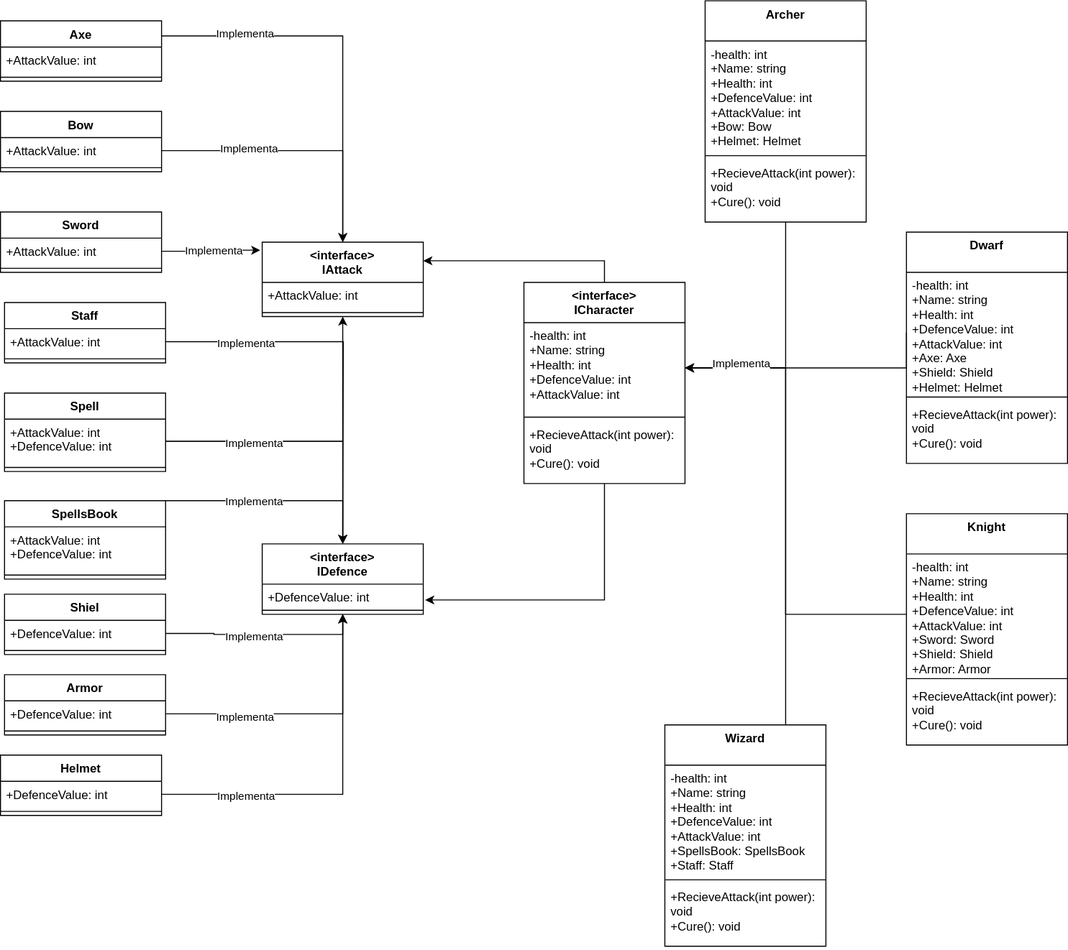
Durluc1324/Roleplay-parte2 keeps this draw.io diagram as src/Library/Diagrama UML/Diagrama UML.svg. Above is the earlier version. Source tidied: cells renumbered, new cells last; positions are measured from the earlier drawing's top-left corner, leaving out a move shared by most shapes.
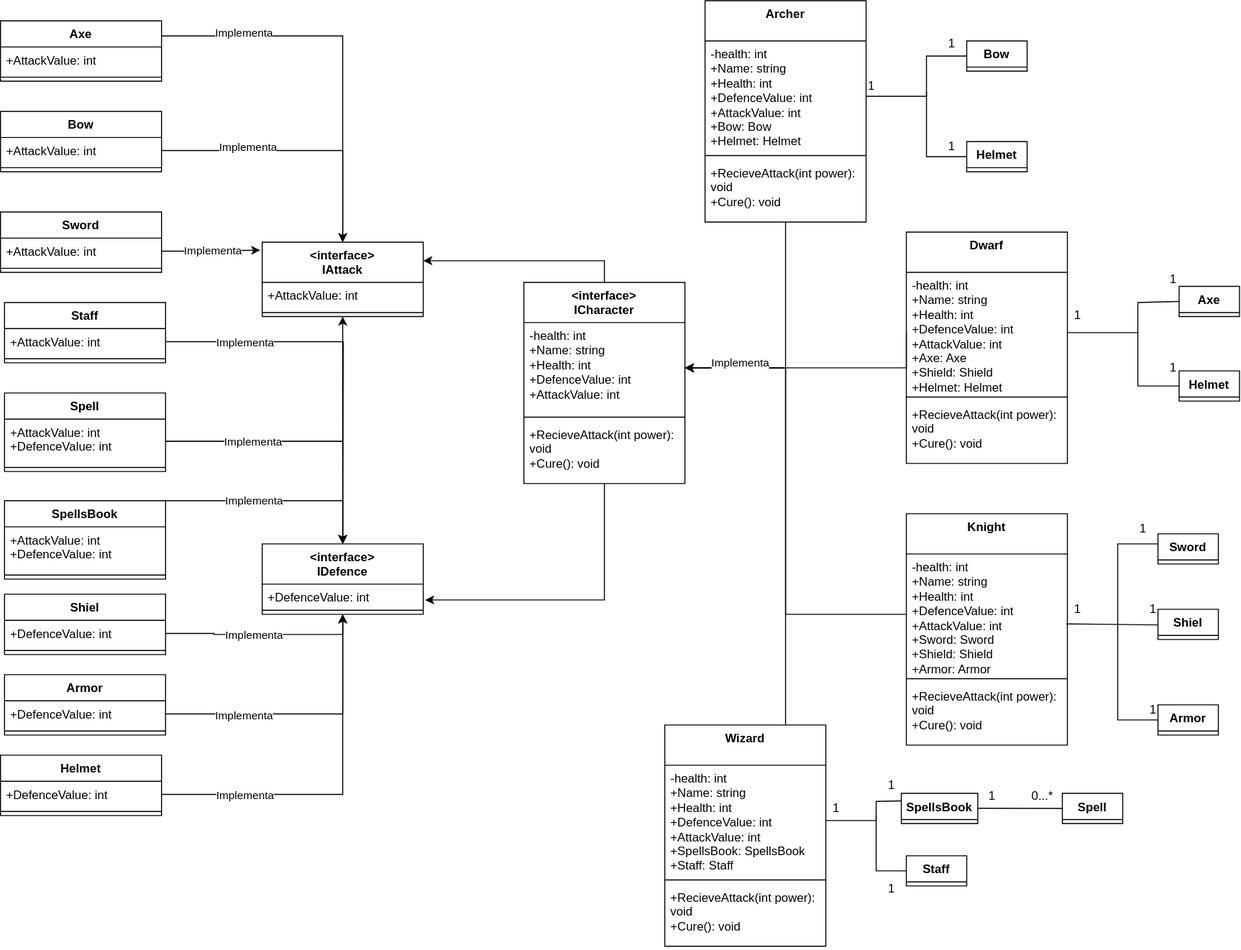
Later version of the same file.

The edit, as a diff of the source:
```diff
@@ -1,4 +1,4 @@
-<mxGraphModel>
+<mxGraphModel background="#ffffff">
   <root>
     <mxCell id="0" />
     <mxCell id="1" parent="0" />
@@ -254,5 +254,156 @@
     <mxCell id="80" value="Implementa" style="edgeLabel;html=1;align=center;verticalAlign=middle;" parent="79" vertex="1">
       <mxGeometry x="0.76" y="-5" relative="1" as="geometry" />
     </mxCell>
+    <mxCell id="81" value="Axe" style="swimlane;fontStyle=1;align=center;verticalAlign=top;horizontal=1;startSize=26;whiteSpace=wrap;html=1;" parent="1" vertex="1" collapsed="1">
+      <mxGeometry x="1171" y="284" width="60" height="30" as="geometry" />
+    </mxCell>
+    <mxCell id="82" value="Bow" style="swimlane;fontStyle=1;align=center;verticalAlign=top;horizontal=1;startSize=26;whiteSpace=wrap;html=1;" parent="1" vertex="1" collapsed="1">
+      <mxGeometry x="960" y="40" width="60" height="30" as="geometry" />
+    </mxCell>
+    <mxCell id="83" value="Sword" style="swimlane;fontStyle=1;align=center;verticalAlign=top;horizontal=1;startSize=26;whiteSpace=wrap;html=1;" parent="1" vertex="1" collapsed="1">
+      <mxGeometry x="1150" y="530" width="60" height="30" as="geometry" />
+    </mxCell>
+    <mxCell id="84" value="Staff" style="swimlane;fontStyle=1;align=center;verticalAlign=top;horizontal=1;startSize=26;whiteSpace=wrap;html=1;" parent="1" vertex="1" collapsed="1">
+      <mxGeometry x="900" y="850" width="60" height="30" as="geometry" />
+    </mxCell>
+    <mxCell id="85" value="SpellsBook" style="swimlane;fontStyle=1;align=center;verticalAlign=top;horizontal=1;startSize=26;whiteSpace=wrap;html=1;" parent="1" vertex="1" collapsed="1">
+      <mxGeometry x="895" y="788" width="76" height="30" as="geometry" />
+    </mxCell>
+    <mxCell id="86" value="Helmet" style="swimlane;fontStyle=1;align=center;verticalAlign=top;horizontal=1;startSize=26;whiteSpace=wrap;html=1;" parent="1" vertex="1" collapsed="1">
+      <mxGeometry x="1171" y="368" width="60" height="30" as="geometry" />
+    </mxCell>
+    <mxCell id="87" value="Helmet" style="swimlane;fontStyle=1;align=center;verticalAlign=top;horizontal=1;startSize=26;whiteSpace=wrap;html=1;" parent="1" vertex="1" collapsed="1">
+      <mxGeometry x="960" y="140" width="60" height="30" as="geometry" />
+    </mxCell>
+    <mxCell id="88" value="Shiel" style="swimlane;fontStyle=1;align=center;verticalAlign=top;horizontal=1;startSize=26;whiteSpace=wrap;html=1;" parent="1" vertex="1" collapsed="1">
+      <mxGeometry x="1150" y="605" width="60" height="30" as="geometry" />
+    </mxCell>
+    <mxCell id="89" value="Armor" style="swimlane;fontStyle=1;align=center;verticalAlign=top;horizontal=1;startSize=26;whiteSpace=wrap;html=1;" parent="1" vertex="1" collapsed="1">
+      <mxGeometry x="1150" y="700" width="60" height="30" as="geometry" />
+    </mxCell>
+    <mxCell id="90" value="Spell" style="swimlane;fontStyle=1;align=center;verticalAlign=top;horizontal=1;startSize=26;whiteSpace=wrap;html=1;" parent="1" vertex="1" collapsed="1">
+      <mxGeometry x="1055" y="788" width="60" height="30" as="geometry" />
+    </mxCell>
+    <mxCell id="91" style="endArrow=none;html=1;rounded=0;entryX=0;entryY=0.5;entryDx=0;entryDy=0;exitX=1;exitY=0.5;exitDx=0;exitDy=0;" parent="1" edge="1" source="61" target="82">
+      <mxGeometry relative="1" as="geometry">
+        <Array as="points">
+          <mxPoint x="920" y="95" />
+          <mxPoint x="920" y="55" />
+        </Array>
+      </mxGeometry>
+    </mxCell>
+    <mxCell id="92" style="endArrow=none;html=1;rounded=0;entryX=0;entryY=0.5;entryDx=0;entryDy=0;" parent="1" edge="1" target="87">
+      <mxGeometry relative="1" as="geometry">
+        <mxPoint x="920" y="90" as="sourcePoint" />
+        <Array as="points">
+          <mxPoint x="920" y="155" />
+        </Array>
+      </mxGeometry>
+    </mxCell>
+    <mxCell id="93" value="1" style="text;html=1;align=center;verticalAlign=middle;strokeColor=none;fillColor=none;" parent="1" vertex="1">
+      <mxGeometry x="850" y="70" width="30" height="30" as="geometry" />
+    </mxCell>
+    <mxCell id="94" value="1" style="text;html=1;align=center;verticalAlign=middle;strokeColor=none;fillColor=none;" parent="1" vertex="1">
+      <mxGeometry x="930" y="28" width="30" height="30" as="geometry" />
+    </mxCell>
+    <mxCell id="95" value="1" style="text;html=1;align=center;verticalAlign=middle;strokeColor=none;fillColor=none;" parent="1" vertex="1">
+      <mxGeometry x="930" y="130" width="30" height="30" as="geometry" />
+    </mxCell>
+    <mxCell id="96" style="endArrow=none;html=1;rounded=0;exitX=1;exitY=0.5;exitDx=0;exitDy=0;entryX=0;entryY=0.5;entryDx=0;entryDy=0;" parent="1" edge="1" source="65" target="81">
+      <mxGeometry relative="1" as="geometry">
+        <Array as="points">
+          <mxPoint x="1130" y="330" />
+          <mxPoint x="1130" y="300" />
+        </Array>
+      </mxGeometry>
+    </mxCell>
+    <mxCell id="97" style="endArrow=none;html=1;rounded=0;entryX=0;entryY=0.5;entryDx=0;entryDy=0;" parent="1" edge="1" target="86">
+      <mxGeometry relative="1" as="geometry">
+        <mxPoint x="1130" y="330" as="sourcePoint" />
+        <Array as="points">
+          <mxPoint x="1130" y="383" />
+        </Array>
+      </mxGeometry>
+    </mxCell>
+    <mxCell id="98" style="endArrow=none;html=1;rounded=0;entryX=0;entryY=0.5;entryDx=0;entryDy=0;exitX=0.995;exitY=0.149;exitDx=0;exitDy=0;exitPerimeter=0;" parent="1" edge="1">
+      <mxGeometry relative="1" as="geometry">
+        <mxPoint x="1059" y="619.5" as="sourcePoint" />
+        <mxPoint x="1150" y="620.5" as="targetPoint" />
+      </mxGeometry>
+    </mxCell>
+    <mxCell id="99" style="endArrow=none;html=1;rounded=0;exitX=1;exitY=0.5;exitDx=0;exitDy=0;entryX=0;entryY=0.25;entryDx=0;entryDy=0;" parent="1" edge="1" source="74" target="85">
+      <mxGeometry relative="1" as="geometry">
+        <Array as="points">
+          <mxPoint x="870" y="815" />
+          <mxPoint x="870" y="796" />
+        </Array>
+      </mxGeometry>
+    </mxCell>
+    <mxCell id="100" style="endArrow=none;html=1;rounded=0;exitX=0.995;exitY=0.149;exitDx=0;exitDy=0;exitPerimeter=0;entryX=0;entryY=0.5;entryDx=0;entryDy=0;" parent="1" edge="1" target="90">
+      <mxGeometry relative="1" as="geometry">
+        <mxPoint x="971" y="802.8" as="sourcePoint" />
+      </mxGeometry>
+    </mxCell>
+    <mxCell id="101" value="1" style="text;html=1;align=center;verticalAlign=middle;strokeColor=none;fillColor=none;" parent="1" vertex="1">
+      <mxGeometry x="970" y="776" width="30" height="30" as="geometry" />
+    </mxCell>
+    <mxCell id="102" value="0...*" style="text;html=1;align=center;verticalAlign=middle;strokeColor=none;fillColor=none;" parent="1" vertex="1">
+      <mxGeometry x="1015" y="776" width="40" height="30" as="geometry" />
+    </mxCell>
+    <mxCell id="103" value="1" style="text;html=1;align=center;verticalAlign=middle;strokeColor=none;fillColor=none;" parent="1" vertex="1">
+      <mxGeometry x="1055" y="590" width="30" height="30" as="geometry" />
+    </mxCell>
+    <mxCell id="104" value="1" style="text;html=1;align=center;verticalAlign=middle;strokeColor=none;fillColor=none;" parent="1" vertex="1">
+      <mxGeometry x="1120" y="510" width="30" height="30" as="geometry" />
+    </mxCell>
+    <mxCell id="105" style="endArrow=none;html=1;rounded=0;" parent="1" edge="1">
+      <mxGeometry relative="1" as="geometry">
+        <mxPoint x="1110" y="620" as="sourcePoint" />
+        <mxPoint x="1150" y="540" as="targetPoint" />
+        <Array as="points">
+          <mxPoint x="1110" y="540" />
+        </Array>
+      </mxGeometry>
+    </mxCell>
+    <mxCell id="106" style="endArrow=none;html=1;rounded=0;entryX=0;entryY=0.5;entryDx=0;entryDy=0;" parent="1" edge="1" target="89">
+      <mxGeometry relative="1" as="geometry">
+        <mxPoint x="1110" y="620" as="sourcePoint" />
+        <Array as="points">
+          <mxPoint x="1110" y="715" />
+        </Array>
+      </mxGeometry>
+    </mxCell>
+    <mxCell id="107" value="1" style="text;html=1;align=center;verticalAlign=middle;strokeColor=none;fillColor=none;" parent="1" vertex="1">
+      <mxGeometry x="1130" y="590" width="30" height="30" as="geometry" />
+    </mxCell>
+    <mxCell id="108" value="1" style="text;html=1;align=center;verticalAlign=middle;strokeColor=none;fillColor=none;" parent="1" vertex="1">
+      <mxGeometry x="1130" y="690" width="30" height="30" as="geometry" />
+    </mxCell>
+    <mxCell id="109" style="endArrow=none;html=1;rounded=0;entryX=0;entryY=0.5;entryDx=0;entryDy=0;" parent="1" edge="1" target="84">
+      <mxGeometry relative="1" as="geometry">
+        <mxPoint x="870" y="810" as="sourcePoint" />
+        <Array as="points">
+          <mxPoint x="870" y="865" />
+        </Array>
+      </mxGeometry>
+    </mxCell>
+    <mxCell id="110" value="1" style="text;html=1;align=center;verticalAlign=middle;strokeColor=none;fillColor=none;" parent="1" vertex="1">
+      <mxGeometry x="870" y="765" width="30" height="30" as="geometry" />
+    </mxCell>
+    <mxCell id="111" value="1" style="text;html=1;align=center;verticalAlign=middle;strokeColor=none;fillColor=none;" parent="1" vertex="1">
+      <mxGeometry x="870" y="868" width="30" height="30" as="geometry" />
+    </mxCell>
+    <mxCell id="112" value="1" style="text;html=1;align=center;verticalAlign=middle;strokeColor=none;fillColor=none;" parent="1" vertex="1">
+      <mxGeometry x="1150" y="262" width="30" height="30" as="geometry" />
+    </mxCell>
+    <mxCell id="113" value="1" style="text;html=1;align=center;verticalAlign=middle;strokeColor=none;fillColor=none;" parent="1" vertex="1">
+      <mxGeometry x="1150" y="350" width="30" height="30" as="geometry" />
+    </mxCell>
+    <mxCell id="114" value="1" style="text;html=1;align=center;verticalAlign=middle;strokeColor=none;fillColor=none;" parent="1" vertex="1">
+      <mxGeometry x="1055" y="298" width="30" height="30" as="geometry" />
+    </mxCell>
+    <mxCell id="115" value="1" style="text;html=1;align=center;verticalAlign=middle;strokeColor=none;fillColor=none;" parent="1" vertex="1">
+      <mxGeometry x="815" y="788" width="30" height="30" as="geometry" />
+    </mxCell>
   </root>
 </mxGraphModel>
```
